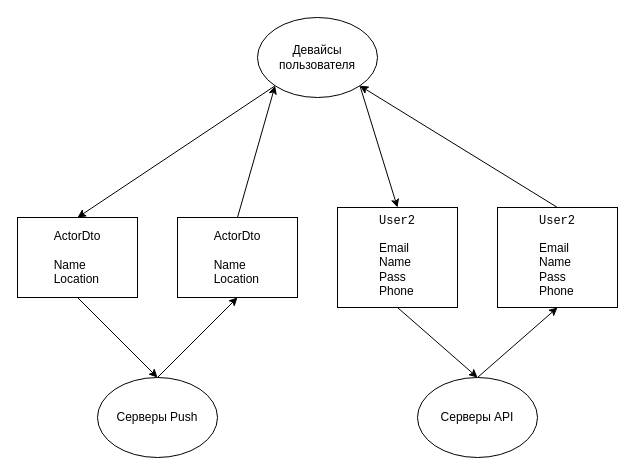
The draw.io diagram page "DataFlowDiagram" (2 of 2) of Untitled Diagram.drawio in PhoenixVRN/Mafia, before the edit. Source tidied: cells renumbered, new cells numbered last; positions are measured from the earlier drawing's top-left corner, leaving out a move shared by most shapes. Both pictures are drawn from the tidied source at 100%, with x=0, y=0 at pixel (17, 17).
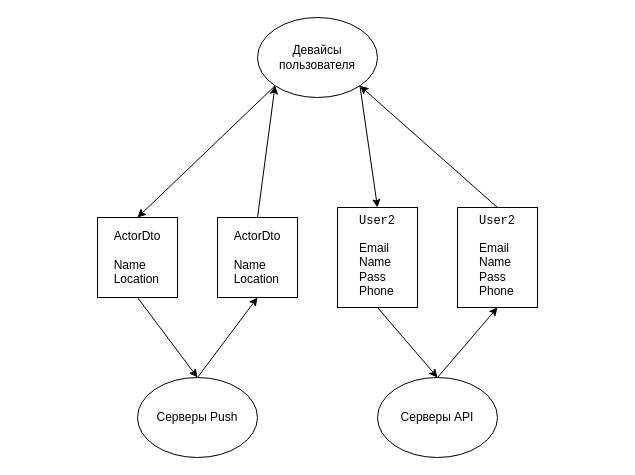
The same diagram, later.

What changed in the source:
```diff
@@
 <mxGraphModel>
   <root>
     <mxCell id="0" />
     <mxCell id="1" parent="0" />
     <mxCell id="2" value="&lt;span&gt;Девайсы&lt;br&gt;пользователя&lt;/span&gt;" style="ellipse;whiteSpace=wrap;html=1;" parent="1" vertex="1">
       <mxGeometry x="240" width="120" height="80" as="geometry" />
     </mxCell>
     <mxCell id="3" style="endArrow=classic;html=1;exitX=0;exitY=1;exitDx=0;exitDy=0;entryX=0.5;entryY=0;entryDx=0;entryDy=0;" parent="1" edge="1" source="2" target="4">
       <mxGeometry relative="1" as="geometry" />
     </mxCell>
     <mxCell id="4" value="ActorDto&lt;br&gt;&lt;br&gt;&lt;div style=&quot;text-align: left&quot;&gt;&lt;span&gt;Name&lt;/span&gt;&lt;/div&gt;&lt;div style=&quot;text-align: left&quot;&gt;&lt;span&gt;Location&lt;/span&gt;&lt;/div&gt;" style="rounded=0;whiteSpace=wrap;html=1;" parent="1" vertex="1">
-      <mxGeometry y="200" width="120" height="80" as="geometry" />
+      <mxGeometry x="80" y="200" width="80" height="80" as="geometry" />
     </mxCell>
     <mxCell id="5" value="Серверы Push" style="ellipse;whiteSpace=wrap;html=1;" parent="1" vertex="1">
-      <mxGeometry x="80" y="360" width="120" height="80" as="geometry" />
+      <mxGeometry x="120" y="360" width="120" height="80" as="geometry" />
     </mxCell>
     <mxCell id="6" style="endArrow=classic;html=1;entryX=0.5;entryY=0;entryDx=0;entryDy=0;exitX=0.5;exitY=1;exitDx=0;exitDy=0;" parent="1" edge="1" source="4" target="5">
       <mxGeometry relative="1" as="geometry" />
     </mxCell>
     <mxCell id="7" value="ActorDto&lt;br&gt;&lt;br&gt;&lt;div style=&quot;text-align: left&quot;&gt;&lt;span&gt;Name&lt;/span&gt;&lt;/div&gt;&lt;div style=&quot;text-align: left&quot;&gt;&lt;span&gt;Location&lt;/span&gt;&lt;/div&gt;" style="rounded=0;whiteSpace=wrap;html=1;" parent="1" vertex="1">
-      <mxGeometry x="160" y="200" width="120" height="80" as="geometry" />
+      <mxGeometry x="200" y="200" width="80" height="80" as="geometry" />
     </mxCell>
     <mxCell id="8" style="endArrow=classic;html=1;exitX=0.5;exitY=0;exitDx=0;exitDy=0;entryX=0.5;entryY=1;entryDx=0;entryDy=0;" parent="1" edge="1" source="5" target="7">
       <mxGeometry relative="1" as="geometry" />
     </mxCell>
     <mxCell id="9" style="endArrow=classic;html=1;exitX=0.5;exitY=0;exitDx=0;exitDy=0;entryX=0;entryY=1;entryDx=0;entryDy=0;" parent="1" edge="1" source="7" target="2">
       <mxGeometry relative="1" as="geometry" />
     </mxCell>
     <mxCell id="10" value="Серверы API" style="ellipse;whiteSpace=wrap;html=1;" parent="1" vertex="1">
-      <mxGeometry x="400" y="360" width="120" height="80" as="geometry" />
+      <mxGeometry x="360" y="360" width="120" height="80" as="geometry" />
     </mxCell>
     <mxCell id="11" value="&lt;pre style=&quot;background-color: #ffffff ; color: #080808 ; font-family: &amp;#34;consolas&amp;#34; , monospace ; font-size: 9 8pt&quot;&gt;&lt;span style=&quot;color: #000000&quot;&gt;User2&lt;/span&gt;&lt;/pre&gt;&lt;div style=&quot;text-align: left&quot;&gt;Email&lt;br&gt;&lt;/div&gt;&lt;div style=&quot;text-align: left&quot;&gt;Name&lt;br&gt;Pass&lt;br&gt;Phone&lt;br&gt;&lt;br&gt;&lt;/div&gt;" style="rounded=0;whiteSpace=wrap;html=1;" parent="1" vertex="1">
-      <mxGeometry x="320" y="190" width="120" height="100" as="geometry" />
+      <mxGeometry x="320" y="190" width="80" height="100" as="geometry" />
     </mxCell>
     <mxCell id="12" value="&lt;pre style=&quot;background-color: #ffffff ; color: #080808 ; font-family: &amp;#34;consolas&amp;#34; , monospace ; font-size: 9 8pt&quot;&gt;&lt;span style=&quot;color: #000000&quot;&gt;User2&lt;/span&gt;&lt;/pre&gt;&lt;div style=&quot;text-align: left&quot;&gt;Email&lt;br&gt;&lt;/div&gt;&lt;div style=&quot;text-align: left&quot;&gt;Name&lt;br&gt;Pass&lt;br&gt;Phone&lt;br&gt;&lt;br&gt;&lt;/div&gt;" style="rounded=0;whiteSpace=wrap;html=1;" parent="1" vertex="1">
-      <mxGeometry x="480" y="190" width="120" height="100" as="geometry" />
+      <mxGeometry x="440" y="190" width="80" height="100" as="geometry" />
     </mxCell>
     <mxCell id="13" style="endArrow=classic;html=1;entryX=0.5;entryY=0;entryDx=0;entryDy=0;exitX=1;exitY=1;exitDx=0;exitDy=0;" parent="1" edge="1" source="2" target="11">
       <mxGeometry relative="1" as="geometry" />
     </mxCell>
     <mxCell id="14" style="endArrow=classic;html=1;exitX=0.5;exitY=1;exitDx=0;exitDy=0;entryX=0.5;entryY=0;entryDx=0;entryDy=0;" parent="1" edge="1" source="11" target="10">
       <mxGeometry relative="1" as="geometry" />
     </mxCell>
-    <mxCell id="15" style="endArrow=classic;html=1;entryX=0.5;entryY=1;entryDx=0;entryDy=0;" parent="1" edge="1" target="12">
-      <mxGeometry relative="1" as="geometry">
-        <mxPoint x="460" y="360" as="sourcePoint" />
-      </mxGeometry>
+    <mxCell id="15" style="endArrow=classic;html=1;entryX=0.5;entryY=1;entryDx=0;entryDy=0;exitX=0.5;exitY=0;exitDx=0;exitDy=0;" parent="1" edge="1" source="10" target="12">
+      <mxGeometry relative="1" as="geometry" />
     </mxCell>
-    <mxCell id="16" style="endArrow=classic;html=1;entryX=1;entryY=1;entryDx=0;entryDy=0;" parent="1" edge="1" target="2">
-      <mxGeometry relative="1" as="geometry">
-        <mxPoint x="540" y="190" as="sourcePoint" />
-      </mxGeometry>
+    <mxCell id="16" style="endArrow=classic;html=1;entryX=1;entryY=1;entryDx=0;entryDy=0;exitX=0.5;exitY=0;exitDx=0;exitDy=0;" parent="1" edge="1" source="12" target="2">
+      <mxGeometry relative="1" as="geometry" />
     </mxCell>
   </root>
 </mxGraphModel>
```
